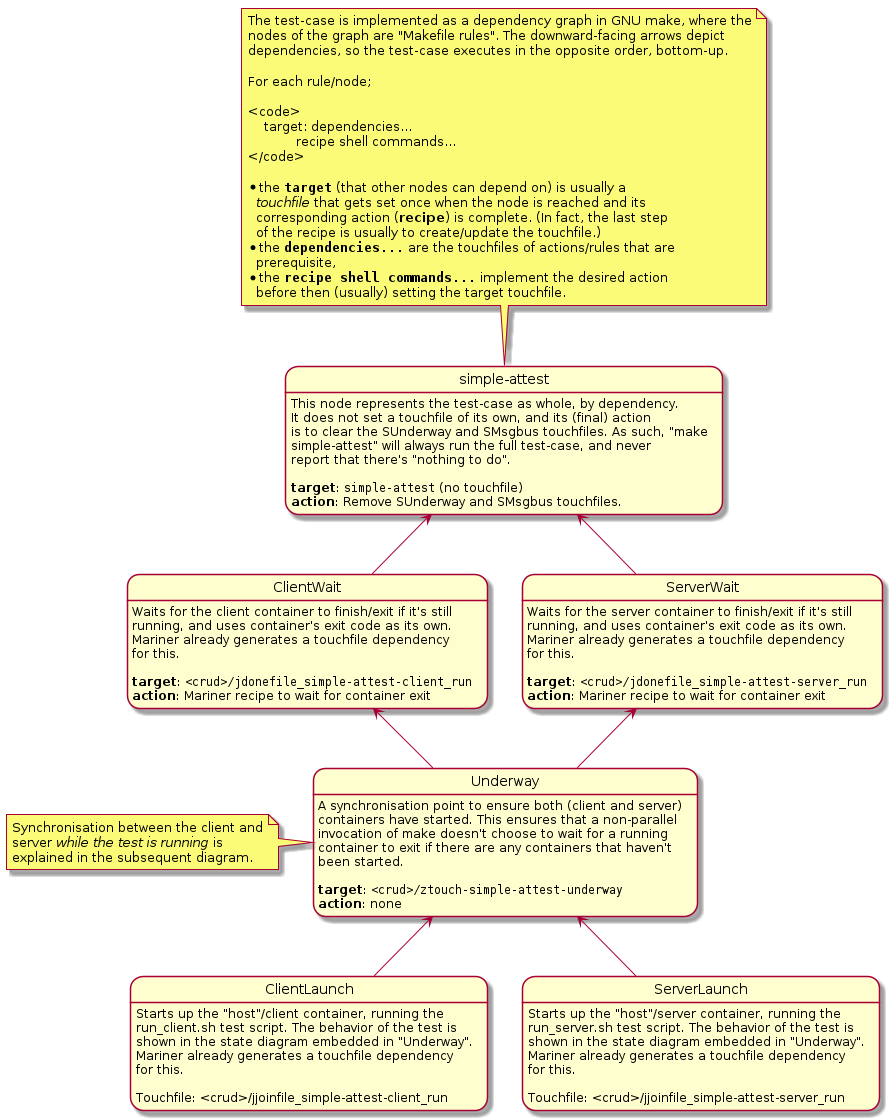
Earlier version of the PlantUML export workflow/uml/simple-attest.outer.png (osresearch/safeboot).
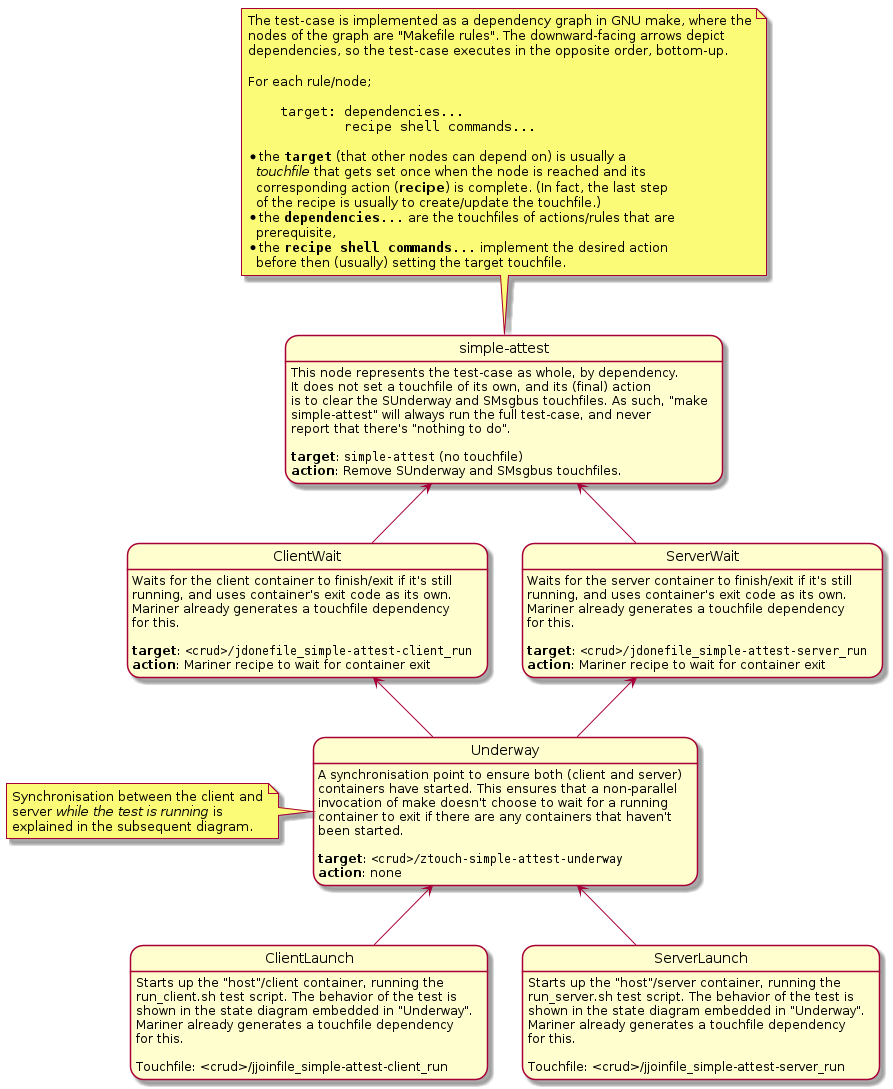
Later version of the same file.

Commit message:
workflow: fix "code" in simple-attest diagram

Change to the diagram source:
```diff
@@ -7,10 +7,8 @@
 
 For each rule/node;
 
-<code>
-    target: dependencies...
-            recipe shell commands...
-</code>
+""    target: dependencies...""
+""            recipe shell commands...""
 
 * the **""target""** (that other nodes can depend on) is usually a
   //touchfile// that gets set once when the node is reached and its
```
